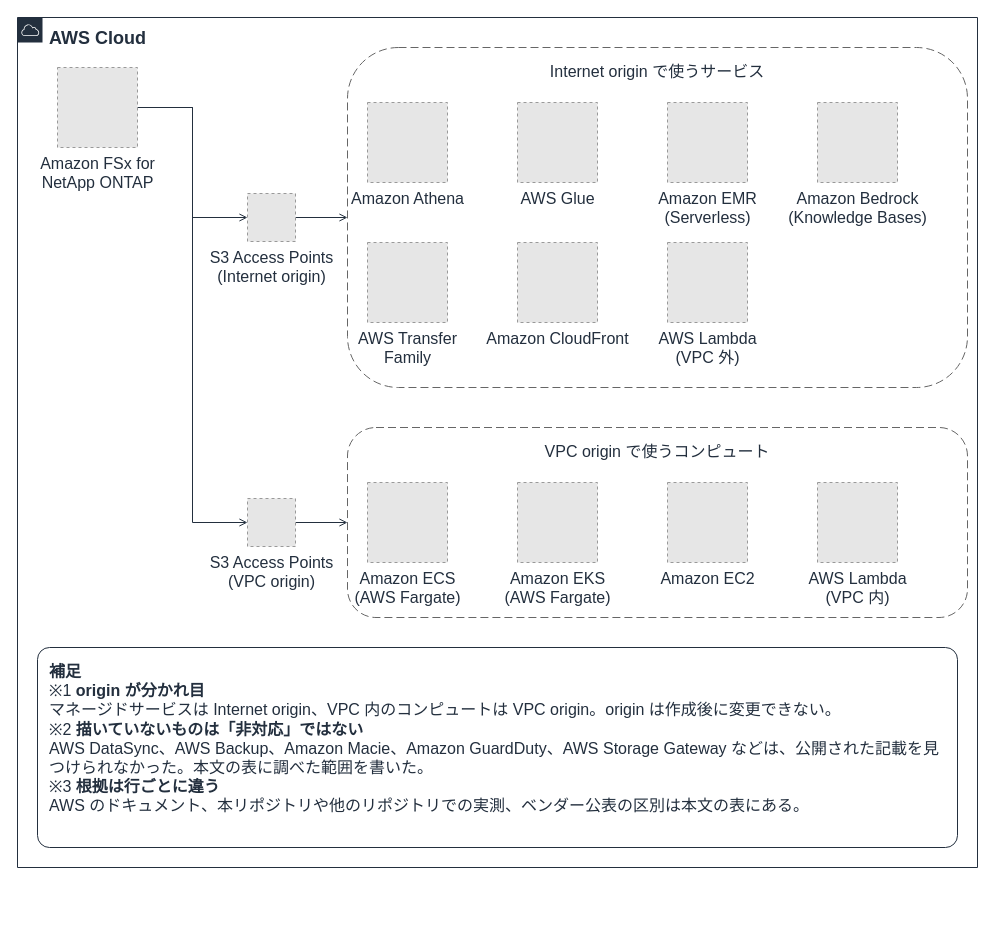
The draw.io diagram docs/_assets/diagrams/s3ap-consumer-map.drawio in Yoshiki0705/FSx-for-ONTAP-Container-Datastore-Patterns, before the edit. Source tidied: cells renumbered, new cells numbered last; positions are measured from the earlier drawing's top-left corner, leaving out a move shared by most shapes. Both pictures are drawn from the tidied source at 100%, with x=0, y=0 at pixel (17, 17). Pictures stored in the file or linked from it are replaced by grey dashed boxes.
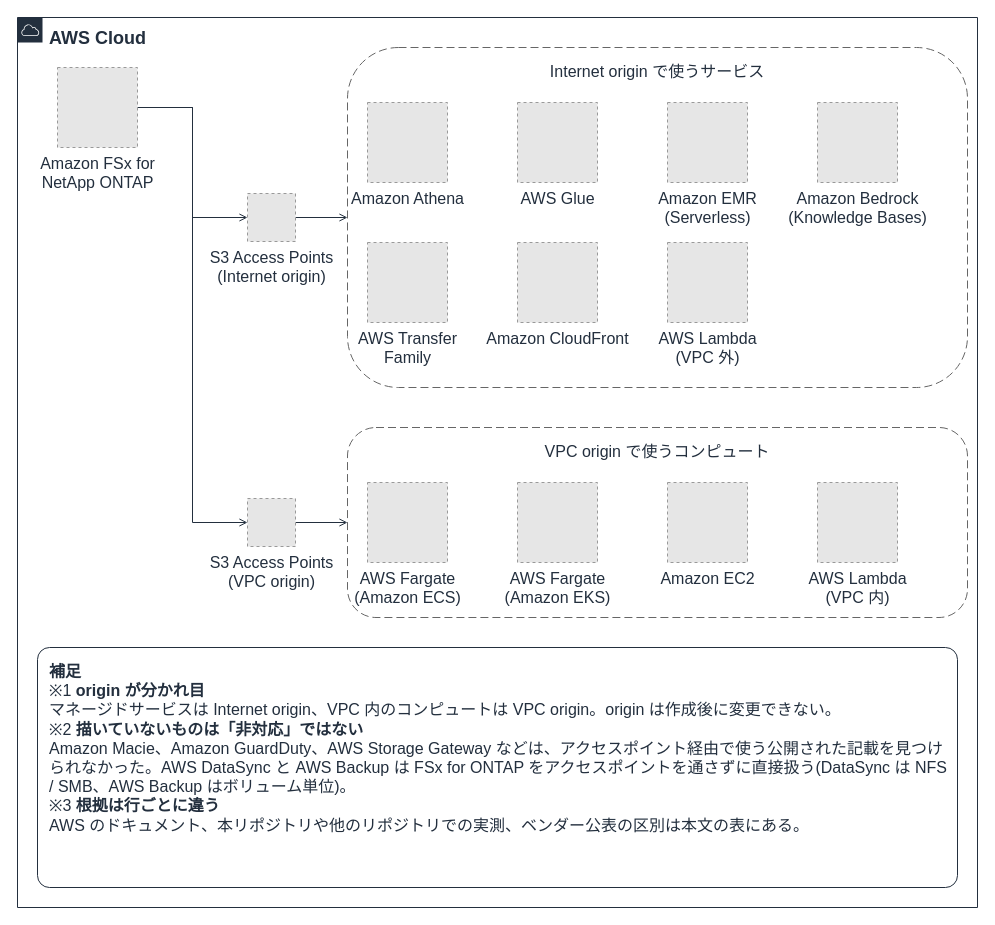
The same diagram, later.

What changed in the source:
```diff
@@
     <mxCell id="6" value="AWS Cloud" style="gradientColor=none;html=1;whiteSpace=wrap;fontSize=18;fontStyle=1;fontColor=#232F3E;shape=mxgraph.aws4.group;grIcon=mxgraph.aws4.group_aws_cloud;strokeColor=#232F3E;fillColor=none;verticalAlign=top;align=left;spacingLeft=30;spacingTop=4;dashed=0;labelBackgroundColor=#FFFFFF;" parent="1" vertex="1">
-      <mxGeometry width="960" height="850" as="geometry" />
+      <mxGeometry width="960" height="890" as="geometry" />
     </mxCell>
@@
-    <mxCell id="9" value="&lt;b&gt;補足&lt;/b&gt;&lt;br&gt;※1 &lt;b&gt;origin が分かれ目&lt;/b&gt;&lt;br&gt;マネージドサービスは Internet origin、VPC 内のコンピュートは VPC origin。origin は作成後に変更できない。&lt;br&gt;※2 &lt;b&gt;描いていないものは「非対応」ではない&lt;/b&gt;&lt;br&gt;AWS DataSync、AWS Backup、Amazon Macie、Amazon GuardDuty、AWS Storage Gateway などは、公開された記載を見つけられなかった。本文の表に調べた範囲を書いた。&lt;br&gt;※3 &lt;b&gt;根拠は行ごとに違う&lt;/b&gt;&lt;br&gt;AWS のドキュメント、本リポジトリや他のリポジトリでの実測、ベンダー公表の区別は本文の表にある。" style="rounded=1;absoluteArcSize=1;arcSize=24;whiteSpace=wrap;html=1;strokeColor=#232F3E;fillColor=none;fontColor=#232F3E;fontSize=16;verticalAlign=top;align=left;spacingLeft=10;spacingRight=10;spacingTop=8;" parent="1" vertex="1">
-      <mxGeometry x="20" y="630" width="920" height="200" as="geometry" />
+    <mxCell id="9" value="&lt;b&gt;補足&lt;/b&gt;&lt;br&gt;※1 &lt;b&gt;origin が分かれ目&lt;/b&gt;&lt;br&gt;マネージドサービスは Internet origin、VPC 内のコンピュートは VPC origin。origin は作成後に変更できない。&lt;br&gt;※2 &lt;b&gt;描いていないものは「非対応」ではない&lt;/b&gt;&lt;br&gt;Amazon Macie、Amazon GuardDuty、AWS Storage Gateway などは、アクセスポイント経由で使う公開された記載を見つけられなかった。AWS DataSync と AWS Backup は FSx for ONTAP をアクセスポイントを通さずに直接扱う(DataSync は NFS / SMB、AWS Backup はボリューム単位)。&lt;br&gt;※3 &lt;b&gt;根拠は行ごとに違う&lt;/b&gt;&lt;br&gt;AWS のドキュメント、本リポジトリや他のリポジトリでの実測、ベンダー公表の区別は本文の表にある。" style="rounded=1;absoluteArcSize=1;arcSize=24;whiteSpace=wrap;html=1;strokeColor=#232F3E;fillColor=none;fontColor=#232F3E;fontSize=16;verticalAlign=top;align=left;spacingLeft=10;spacingRight=10;spacingTop=8;" parent="1" vertex="1">
+      <mxGeometry x="20" y="630" width="920" height="240" as="geometry" />
     </mxCell>
@@
-    <mxCell id="20" value="Amazon ECS&lt;br&gt;(AWS Fargate)" style="fillColor=#E6E6E6;strokeColor=#999999;dashed=1;html=1;verticalLabelPosition=bottom;verticalAlign=top;labelPosition=center;align=center;fontSize=16;fontColor=#232F3E;" parent="1" vertex="1">
+    <mxCell id="20" value="AWS Fargate&lt;br&gt;(Amazon ECS)" style="fillColor=#E6E6E6;strokeColor=#999999;dashed=1;html=1;verticalLabelPosition=bottom;verticalAlign=top;labelPosition=center;align=center;fontSize=16;fontColor=#232F3E;" parent="1" vertex="1">
       <mxGeometry x="350" y="465" width="80" height="80" as="geometry" />
     </mxCell>
-    <mxCell id="21" value="Amazon EKS&lt;br&gt;(AWS Fargate)" style="fillColor=#E6E6E6;strokeColor=#999999;dashed=1;html=1;verticalLabelPosition=bottom;verticalAlign=top;labelPosition=center;align=center;fontSize=16;fontColor=#232F3E;" parent="1" vertex="1">
+    <mxCell id="21" value="AWS Fargate&lt;br&gt;(Amazon EKS)" style="fillColor=#E6E6E6;strokeColor=#999999;dashed=1;html=1;verticalLabelPosition=bottom;verticalAlign=top;labelPosition=center;align=center;fontSize=16;fontColor=#232F3E;" parent="1" vertex="1">
       <mxGeometry x="500" y="465" width="80" height="80" as="geometry" />
     </mxCell>
```
